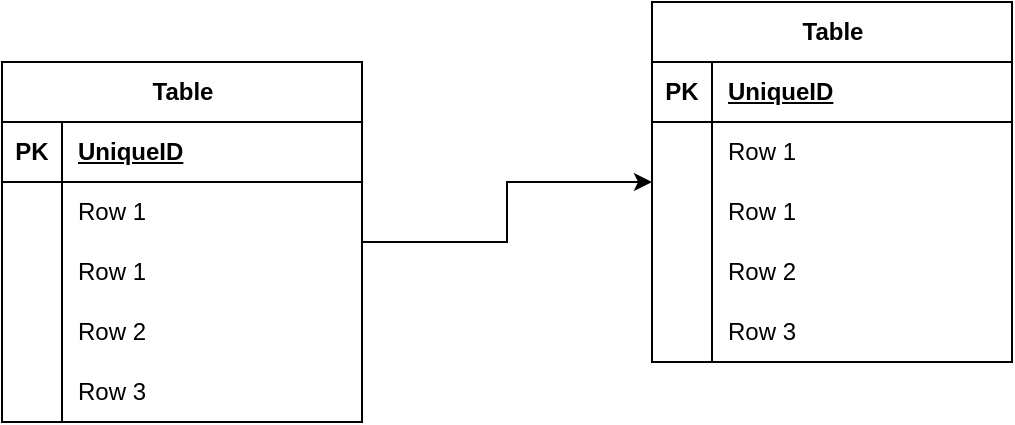
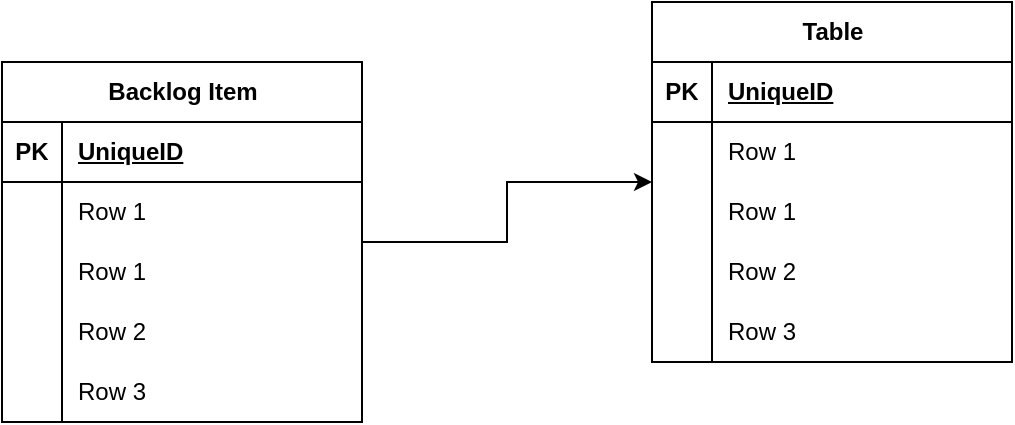
<mxfile host="app.diagrams.net" agent="Mozilla/5.0 (Windows NT 10.0; Win64; x64; rv:152.0) Gecko/20100101 Firefox/152.0">
  <diagram name="Page-1" id="SS4VlzMvfaLE4J7oMdR6">
    <mxGraphModel dx="1414" dy="779" grid="1" gridSize="10" guides="1" tooltips="1" connect="1" arrows="1" fold="1" page="1" pageScale="1" pageWidth="850" pageHeight="1100" math="0" shadow="0">
      <root>
        <mxCell id="0" />
        <mxCell id="1" parent="0" />
        <mxCell id="XV7MbV03WulhQbLXhBTt-20" edge="1" parent="1" source="efs8JJ7mPT0tRLGVi1zc-1" style="edgeStyle=orthogonalEdgeStyle;rounded=0;orthogonalLoop=1;jettySize=auto;html=1;" target="XV7MbV03WulhQbLXhBTt-4" value="">
          <mxGeometry relative="1" as="geometry" />
        </mxCell>
-         <mxCell id="efs8JJ7mPT0tRLGVi1zc-1" parent="1" style="shape=table;startSize=30;container=1;collapsible=1;childLayout=tableLayout;fixedRows=1;rowLines=0;fontStyle=1;align=center;resizeLast=1;html=1;" value="Table" vertex="1">
+         <mxCell id="efs8JJ7mPT0tRLGVi1zc-1" parent="1" style="shape=table;startSize=30;container=1;collapsible=1;childLayout=tableLayout;fixedRows=1;rowLines=0;fontStyle=1;align=center;resizeLast=1;html=1;" value="Backlog Item" vertex="1">
          <mxGeometry height="180" width="180" x="245" y="220" as="geometry" />
        </mxCell>
        <mxCell id="efs8JJ7mPT0tRLGVi1zc-2" parent="efs8JJ7mPT0tRLGVi1zc-1" style="shape=tableRow;horizontal=0;startSize=0;swimlaneHead=0;swimlaneBody=0;fillColor=none;collapsible=0;dropTarget=0;points=[[0,0.5],[1,0.5]];portConstraint=eastwest;top=0;left=0;right=0;bottom=1;" value="" vertex="1">
          <mxGeometry height="30" width="180" y="30" as="geometry" />
        </mxCell>
        <mxCell id="efs8JJ7mPT0tRLGVi1zc-3" parent="efs8JJ7mPT0tRLGVi1zc-2" style="shape=partialRectangle;connectable=0;fillColor=none;top=0;left=0;bottom=0;right=0;fontStyle=1;overflow=hidden;whiteSpace=wrap;html=1;" value="PK" vertex="1">
          <mxGeometry height="30" width="30" as="geometry">
            <mxRectangle height="30" width="30" as="alternateBounds" />
          </mxGeometry>
        </mxCell>
        <mxCell id="efs8JJ7mPT0tRLGVi1zc-4" parent="efs8JJ7mPT0tRLGVi1zc-2" style="shape=partialRectangle;connectable=0;fillColor=none;top=0;left=0;bottom=0;right=0;align=left;spacingLeft=6;fontStyle=5;overflow=hidden;whiteSpace=wrap;html=1;" value="UniqueID" vertex="1">
          <mxGeometry height="30" width="150" x="30" as="geometry">
            <mxRectangle height="30" width="150" as="alternateBounds" />
          </mxGeometry>
        </mxCell>
        <mxCell id="efs8JJ7mPT0tRLGVi1zc-5" parent="efs8JJ7mPT0tRLGVi1zc-1" style="shape=tableRow;horizontal=0;startSize=0;swimlaneHead=0;swimlaneBody=0;fillColor=none;collapsible=0;dropTarget=0;points=[[0,0.5],[1,0.5]];portConstraint=eastwest;top=0;left=0;right=0;bottom=0;" value="" vertex="1">
          <mxGeometry height="30" width="180" y="60" as="geometry" />
        </mxCell>
        <mxCell id="efs8JJ7mPT0tRLGVi1zc-6" parent="efs8JJ7mPT0tRLGVi1zc-5" style="shape=partialRectangle;connectable=0;fillColor=none;top=0;left=0;bottom=0;right=0;editable=1;overflow=hidden;whiteSpace=wrap;html=1;" value="" vertex="1">
          <mxGeometry height="30" width="30" as="geometry">
            <mxRectangle height="30" width="30" as="alternateBounds" />
          </mxGeometry>
        </mxCell>
        <mxCell id="efs8JJ7mPT0tRLGVi1zc-7" parent="efs8JJ7mPT0tRLGVi1zc-5" style="shape=partialRectangle;connectable=0;fillColor=none;top=0;left=0;bottom=0;right=0;align=left;spacingLeft=6;overflow=hidden;whiteSpace=wrap;html=1;" value="Row 1" vertex="1">
          <mxGeometry height="30" width="150" x="30" as="geometry">
            <mxRectangle height="30" width="150" as="alternateBounds" />
          </mxGeometry>
        </mxCell>
        <mxCell id="XV7MbV03WulhQbLXhBTt-1" parent="efs8JJ7mPT0tRLGVi1zc-1" style="shape=tableRow;horizontal=0;startSize=0;swimlaneHead=0;swimlaneBody=0;fillColor=none;collapsible=0;dropTarget=0;points=[[0,0.5],[1,0.5]];portConstraint=eastwest;top=0;left=0;right=0;bottom=0;" value="" vertex="1">
          <mxGeometry height="30" width="180" y="90" as="geometry" />
        </mxCell>
        <mxCell id="XV7MbV03WulhQbLXhBTt-2" parent="XV7MbV03WulhQbLXhBTt-1" style="shape=partialRectangle;connectable=0;fillColor=none;top=0;left=0;bottom=0;right=0;editable=1;overflow=hidden;whiteSpace=wrap;html=1;" value="" vertex="1">
          <mxGeometry height="30" width="30" as="geometry">
            <mxRectangle height="30" width="30" as="alternateBounds" />
          </mxGeometry>
        </mxCell>
        <mxCell id="XV7MbV03WulhQbLXhBTt-3" parent="XV7MbV03WulhQbLXhBTt-1" style="shape=partialRectangle;connectable=0;fillColor=none;top=0;left=0;bottom=0;right=0;align=left;spacingLeft=6;overflow=hidden;whiteSpace=wrap;html=1;" value="Row 1" vertex="1">
          <mxGeometry height="30" width="150" x="30" as="geometry">
            <mxRectangle height="30" width="150" as="alternateBounds" />
          </mxGeometry>
        </mxCell>
        <mxCell id="efs8JJ7mPT0tRLGVi1zc-8" parent="efs8JJ7mPT0tRLGVi1zc-1" style="shape=tableRow;horizontal=0;startSize=0;swimlaneHead=0;swimlaneBody=0;fillColor=none;collapsible=0;dropTarget=0;points=[[0,0.5],[1,0.5]];portConstraint=eastwest;top=0;left=0;right=0;bottom=0;" value="" vertex="1">
          <mxGeometry height="30" width="180" y="120" as="geometry" />
        </mxCell>
        <mxCell id="efs8JJ7mPT0tRLGVi1zc-9" parent="efs8JJ7mPT0tRLGVi1zc-8" style="shape=partialRectangle;connectable=0;fillColor=none;top=0;left=0;bottom=0;right=0;editable=1;overflow=hidden;whiteSpace=wrap;html=1;" value="" vertex="1">
          <mxGeometry height="30" width="30" as="geometry">
            <mxRectangle height="30" width="30" as="alternateBounds" />
          </mxGeometry>
        </mxCell>
        <mxCell id="efs8JJ7mPT0tRLGVi1zc-10" parent="efs8JJ7mPT0tRLGVi1zc-8" style="shape=partialRectangle;connectable=0;fillColor=none;top=0;left=0;bottom=0;right=0;align=left;spacingLeft=6;overflow=hidden;whiteSpace=wrap;html=1;" value="Row 2" vertex="1">
          <mxGeometry height="30" width="150" x="30" as="geometry">
            <mxRectangle height="30" width="150" as="alternateBounds" />
          </mxGeometry>
        </mxCell>
        <mxCell id="efs8JJ7mPT0tRLGVi1zc-11" parent="efs8JJ7mPT0tRLGVi1zc-1" style="shape=tableRow;horizontal=0;startSize=0;swimlaneHead=0;swimlaneBody=0;fillColor=none;collapsible=0;dropTarget=0;points=[[0,0.5],[1,0.5]];portConstraint=eastwest;top=0;left=0;right=0;bottom=0;" value="" vertex="1">
          <mxGeometry height="30" width="180" y="150" as="geometry" />
        </mxCell>
        <mxCell id="efs8JJ7mPT0tRLGVi1zc-12" parent="efs8JJ7mPT0tRLGVi1zc-11" style="shape=partialRectangle;connectable=0;fillColor=none;top=0;left=0;bottom=0;right=0;editable=1;overflow=hidden;whiteSpace=wrap;html=1;" value="" vertex="1">
          <mxGeometry height="30" width="30" as="geometry">
            <mxRectangle height="30" width="30" as="alternateBounds" />
          </mxGeometry>
        </mxCell>
        <mxCell id="efs8JJ7mPT0tRLGVi1zc-13" parent="efs8JJ7mPT0tRLGVi1zc-11" style="shape=partialRectangle;connectable=0;fillColor=none;top=0;left=0;bottom=0;right=0;align=left;spacingLeft=6;overflow=hidden;whiteSpace=wrap;html=1;" value="Row 3" vertex="1">
          <mxGeometry height="30" width="150" x="30" as="geometry">
            <mxRectangle height="30" width="150" as="alternateBounds" />
          </mxGeometry>
        </mxCell>
        <mxCell id="XV7MbV03WulhQbLXhBTt-4" parent="1" style="shape=table;startSize=30;container=1;collapsible=1;childLayout=tableLayout;fixedRows=1;rowLines=0;fontStyle=1;align=center;resizeLast=1;html=1;" value="Table" vertex="1">
          <mxGeometry height="180" width="180" x="570" y="190" as="geometry" />
        </mxCell>
        <mxCell id="XV7MbV03WulhQbLXhBTt-5" parent="XV7MbV03WulhQbLXhBTt-4" style="shape=tableRow;horizontal=0;startSize=0;swimlaneHead=0;swimlaneBody=0;fillColor=none;collapsible=0;dropTarget=0;points=[[0,0.5],[1,0.5]];portConstraint=eastwest;top=0;left=0;right=0;bottom=1;" value="" vertex="1">
          <mxGeometry height="30" width="180" y="30" as="geometry" />
        </mxCell>
        <mxCell id="XV7MbV03WulhQbLXhBTt-6" parent="XV7MbV03WulhQbLXhBTt-5" style="shape=partialRectangle;connectable=0;fillColor=none;top=0;left=0;bottom=0;right=0;fontStyle=1;overflow=hidden;whiteSpace=wrap;html=1;" value="PK" vertex="1">
          <mxGeometry height="30" width="30" as="geometry">
            <mxRectangle height="30" width="30" as="alternateBounds" />
          </mxGeometry>
        </mxCell>
        <mxCell id="XV7MbV03WulhQbLXhBTt-7" parent="XV7MbV03WulhQbLXhBTt-5" style="shape=partialRectangle;connectable=0;fillColor=none;top=0;left=0;bottom=0;right=0;align=left;spacingLeft=6;fontStyle=5;overflow=hidden;whiteSpace=wrap;html=1;" value="UniqueID" vertex="1">
          <mxGeometry height="30" width="150" x="30" as="geometry">
            <mxRectangle height="30" width="150" as="alternateBounds" />
          </mxGeometry>
        </mxCell>
        <mxCell id="XV7MbV03WulhQbLXhBTt-8" parent="XV7MbV03WulhQbLXhBTt-4" style="shape=tableRow;horizontal=0;startSize=0;swimlaneHead=0;swimlaneBody=0;fillColor=none;collapsible=0;dropTarget=0;points=[[0,0.5],[1,0.5]];portConstraint=eastwest;top=0;left=0;right=0;bottom=0;" value="" vertex="1">
          <mxGeometry height="30" width="180" y="60" as="geometry" />
        </mxCell>
        <mxCell id="XV7MbV03WulhQbLXhBTt-9" parent="XV7MbV03WulhQbLXhBTt-8" style="shape=partialRectangle;connectable=0;fillColor=none;top=0;left=0;bottom=0;right=0;editable=1;overflow=hidden;whiteSpace=wrap;html=1;" value="" vertex="1">
          <mxGeometry height="30" width="30" as="geometry">
            <mxRectangle height="30" width="30" as="alternateBounds" />
          </mxGeometry>
        </mxCell>
        <mxCell id="XV7MbV03WulhQbLXhBTt-10" parent="XV7MbV03WulhQbLXhBTt-8" style="shape=partialRectangle;connectable=0;fillColor=none;top=0;left=0;bottom=0;right=0;align=left;spacingLeft=6;overflow=hidden;whiteSpace=wrap;html=1;" value="Row 1" vertex="1">
          <mxGeometry height="30" width="150" x="30" as="geometry">
            <mxRectangle height="30" width="150" as="alternateBounds" />
          </mxGeometry>
        </mxCell>
        <mxCell id="XV7MbV03WulhQbLXhBTt-11" parent="XV7MbV03WulhQbLXhBTt-4" style="shape=tableRow;horizontal=0;startSize=0;swimlaneHead=0;swimlaneBody=0;fillColor=none;collapsible=0;dropTarget=0;points=[[0,0.5],[1,0.5]];portConstraint=eastwest;top=0;left=0;right=0;bottom=0;" value="" vertex="1">
          <mxGeometry height="30" width="180" y="90" as="geometry" />
        </mxCell>
        <mxCell id="XV7MbV03WulhQbLXhBTt-12" parent="XV7MbV03WulhQbLXhBTt-11" style="shape=partialRectangle;connectable=0;fillColor=none;top=0;left=0;bottom=0;right=0;editable=1;overflow=hidden;whiteSpace=wrap;html=1;" value="" vertex="1">
          <mxGeometry height="30" width="30" as="geometry">
            <mxRectangle height="30" width="30" as="alternateBounds" />
          </mxGeometry>
        </mxCell>
        <mxCell id="XV7MbV03WulhQbLXhBTt-13" parent="XV7MbV03WulhQbLXhBTt-11" style="shape=partialRectangle;connectable=0;fillColor=none;top=0;left=0;bottom=0;right=0;align=left;spacingLeft=6;overflow=hidden;whiteSpace=wrap;html=1;" value="Row 1" vertex="1">
          <mxGeometry height="30" width="150" x="30" as="geometry">
            <mxRectangle height="30" width="150" as="alternateBounds" />
          </mxGeometry>
        </mxCell>
        <mxCell id="XV7MbV03WulhQbLXhBTt-14" parent="XV7MbV03WulhQbLXhBTt-4" style="shape=tableRow;horizontal=0;startSize=0;swimlaneHead=0;swimlaneBody=0;fillColor=none;collapsible=0;dropTarget=0;points=[[0,0.5],[1,0.5]];portConstraint=eastwest;top=0;left=0;right=0;bottom=0;" value="" vertex="1">
          <mxGeometry height="30" width="180" y="120" as="geometry" />
        </mxCell>
        <mxCell id="XV7MbV03WulhQbLXhBTt-15" parent="XV7MbV03WulhQbLXhBTt-14" style="shape=partialRectangle;connectable=0;fillColor=none;top=0;left=0;bottom=0;right=0;editable=1;overflow=hidden;whiteSpace=wrap;html=1;" value="" vertex="1">
          <mxGeometry height="30" width="30" as="geometry">
            <mxRectangle height="30" width="30" as="alternateBounds" />
          </mxGeometry>
        </mxCell>
        <mxCell id="XV7MbV03WulhQbLXhBTt-16" parent="XV7MbV03WulhQbLXhBTt-14" style="shape=partialRectangle;connectable=0;fillColor=none;top=0;left=0;bottom=0;right=0;align=left;spacingLeft=6;overflow=hidden;whiteSpace=wrap;html=1;" value="Row 2" vertex="1">
          <mxGeometry height="30" width="150" x="30" as="geometry">
            <mxRectangle height="30" width="150" as="alternateBounds" />
          </mxGeometry>
        </mxCell>
        <mxCell id="XV7MbV03WulhQbLXhBTt-17" parent="XV7MbV03WulhQbLXhBTt-4" style="shape=tableRow;horizontal=0;startSize=0;swimlaneHead=0;swimlaneBody=0;fillColor=none;collapsible=0;dropTarget=0;points=[[0,0.5],[1,0.5]];portConstraint=eastwest;top=0;left=0;right=0;bottom=0;" value="" vertex="1">
          <mxGeometry height="30" width="180" y="150" as="geometry" />
        </mxCell>
        <mxCell id="XV7MbV03WulhQbLXhBTt-18" parent="XV7MbV03WulhQbLXhBTt-17" style="shape=partialRectangle;connectable=0;fillColor=none;top=0;left=0;bottom=0;right=0;editable=1;overflow=hidden;whiteSpace=wrap;html=1;" value="" vertex="1">
          <mxGeometry height="30" width="30" as="geometry">
            <mxRectangle height="30" width="30" as="alternateBounds" />
          </mxGeometry>
        </mxCell>
        <mxCell id="XV7MbV03WulhQbLXhBTt-19" parent="XV7MbV03WulhQbLXhBTt-17" style="shape=partialRectangle;connectable=0;fillColor=none;top=0;left=0;bottom=0;right=0;align=left;spacingLeft=6;overflow=hidden;whiteSpace=wrap;html=1;" value="Row 3" vertex="1">
          <mxGeometry height="30" width="150" x="30" as="geometry">
            <mxRectangle height="30" width="150" as="alternateBounds" />
          </mxGeometry>
        </mxCell>
      </root>
    </mxGraphModel>
  </diagram>
</mxfile>
